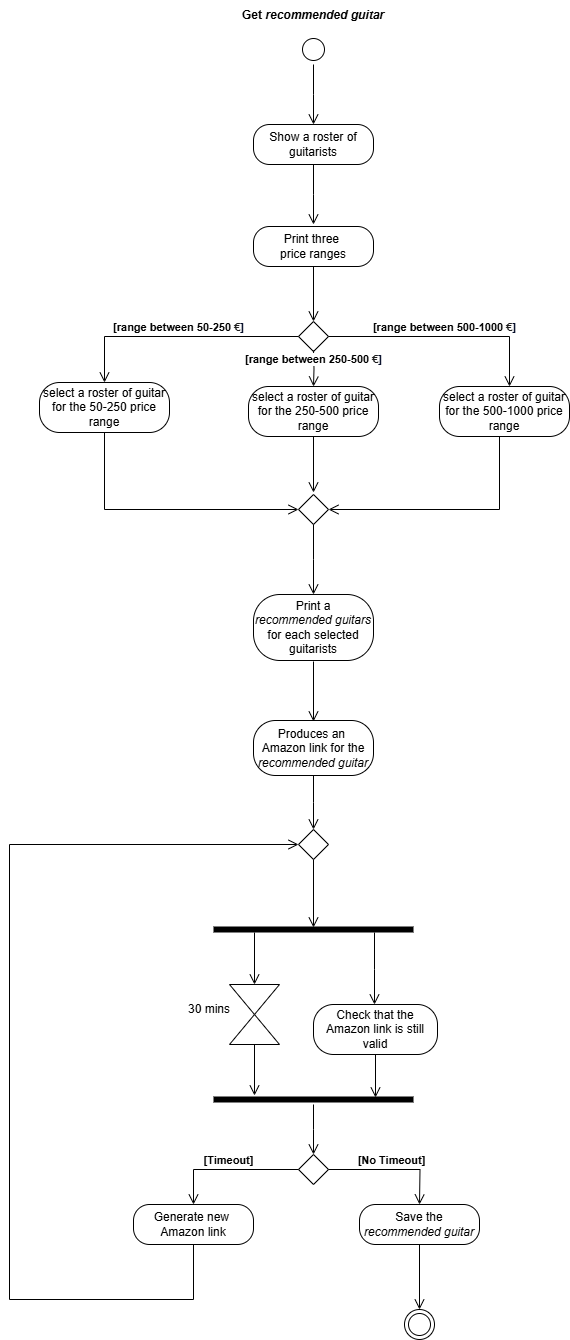
This is ActivityDiagramM.drawio.png from TizianoLilli/ISPW-Project, a draw.io export, as it was before one commit. Source tidied: cells renumbered, new cells last; positions are measured from the earlier drawing's top-left corner, leaving out a move shared by most shapes.
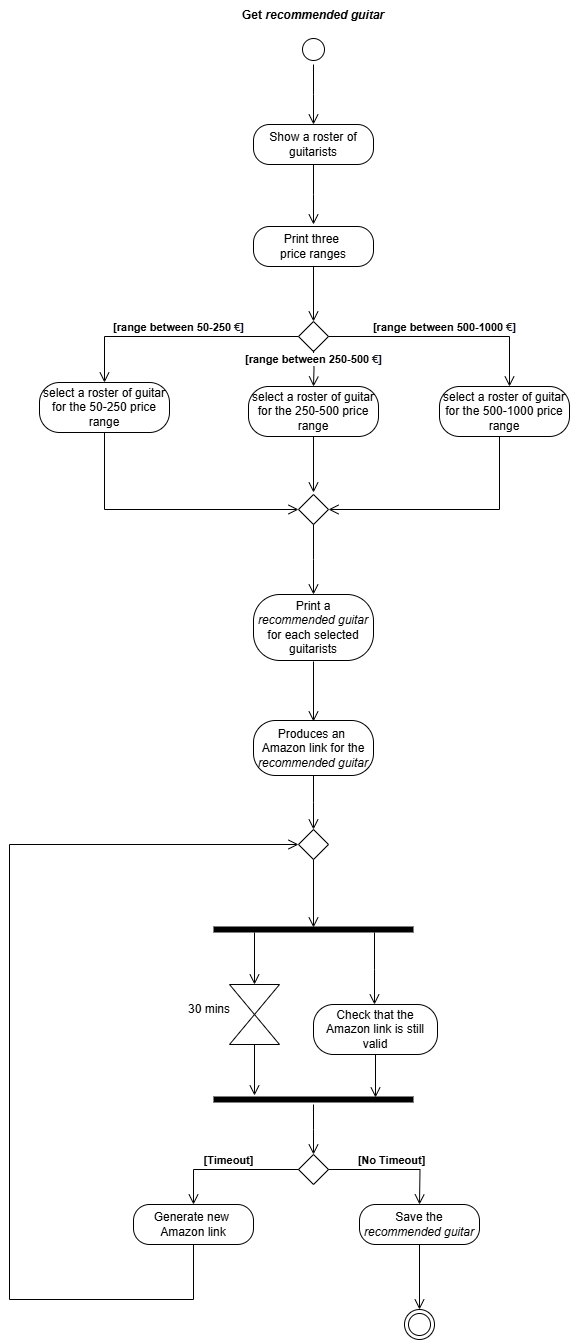
After the change.

What changed in the source:
```diff
@@ -75,7 +75,7 @@
         <mxPoint x="304" y="594" as="targetPoint" />
       </mxGeometry>
     </mxCell>
-    <mxCell id="18" value="Print a&lt;div&gt;&lt;i&gt;recommended guitars&lt;/i&gt;&lt;/div&gt;&lt;div&gt;for each selected guitarists&lt;/div&gt;" style="rounded=1;whiteSpace=wrap;html=1;arcSize=40;labelBackgroundColor=none;" parent="1" vertex="1">
+    <mxCell id="18" value="Print a&lt;div&gt;&lt;i&gt;recommended guitar&lt;/i&gt;&lt;/div&gt;&lt;div&gt;for each selected guitarists&lt;/div&gt;" style="rounded=1;whiteSpace=wrap;html=1;arcSize=40;labelBackgroundColor=none;" parent="1" vertex="1">
       <mxGeometry x="244" y="594" width="120" height="66" as="geometry" />
     </mxCell>
     <mxCell id="19" style="edgeStyle=orthogonalEdgeStyle;html=1;verticalAlign=bottom;endArrow=open;endSize=8;rounded=0;labelBackgroundColor=none;fontColor=default;" parent="1" edge="1">
```
